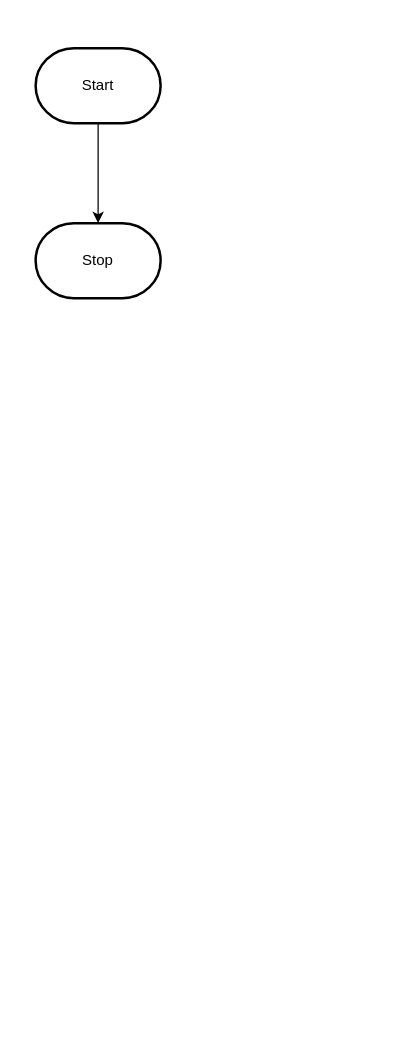
This is design/flowchart.drawio from MTHS-ICS2O-2-2022/ICS2O-Unit-5-01-lamees-hemdan, a draw.io file, before an edit. Source tidied: cells renumbered, new cells numbered last; positions are measured from the earlier drawing's top-left corner, leaving out a move shared by most shapes. Both pictures are drawn from the tidied source at 125%, with x=0, y=0 at pixel (35, 48).
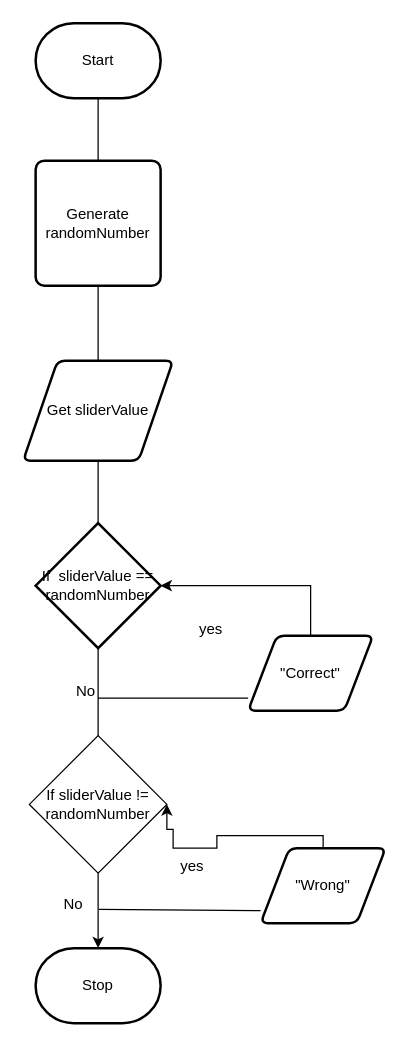
The same diagram, later.

Change to the diagram source:
```diff
@@
-    <mxCell id="2" style="edgeStyle=orthogonalEdgeStyle;html=1;rounded=0;" parent="1" edge="1" source="3" target="4">
+    <mxCell id="2" style="edgeStyle=orthogonalEdgeStyle;html=1;rounded=0;startArrow=none;entryX=0.5;entryY=0;entryDx=0;entryDy=0;entryPerimeter=0;" parent="1" edge="1" source="15" target="4">
       <mxGeometry relative="1" as="geometry" />
     </mxCell>
     <mxCell id="3" value="Start" style="strokeWidth=2;html=1;shape=mxgraph.flowchart.terminator;whiteSpace=wrap;" parent="1" vertex="1">
-      <mxGeometry width="100" height="60" as="geometry" />
+      <mxGeometry y="-20" width="100" height="60" as="geometry" />
     </mxCell>
     <mxCell id="4" value="Stop" style="strokeWidth=2;html=1;shape=mxgraph.flowchart.terminator;whiteSpace=wrap;" parent="1" vertex="1">
-      <mxGeometry y="140" width="100" height="60" as="geometry" />
+      <mxGeometry y="720" width="100" height="60" as="geometry" />
     </mxCell>
+    <mxCell id="5" style="edgeStyle=orthogonalEdgeStyle;html=1;rounded=0;endArrow=none;" parent="1" edge="1" source="3" target="6">
+      <mxGeometry relative="1" as="geometry" />
+    </mxCell>
+    <mxCell id="6" value="Generate randomNumber" style="rounded=1;whiteSpace=wrap;html=1;absoluteArcSize=1;arcSize=14;strokeWidth=2;" parent="1" vertex="1">
+      <mxGeometry y="90" width="100" height="100" as="geometry" />
+    </mxCell>
+    <mxCell id="7" style="edgeStyle=orthogonalEdgeStyle;html=1;rounded=0;startArrow=none;endArrow=none;" parent="1" edge="1" source="6" target="8">
+      <mxGeometry relative="1" as="geometry" />
+    </mxCell>
+    <mxCell id="8" value="Get sliderValue" style="shape=parallelogram;html=1;strokeWidth=2;perimeter=parallelogramPerimeter;whiteSpace=wrap;rounded=1;arcSize=12;size=0.23;" parent="1" vertex="1">
+      <mxGeometry x="-10" y="250" width="120" height="80" as="geometry" />
+    </mxCell>
+    <mxCell id="9" value="&quot;Correct&quot;" style="shape=parallelogram;html=1;strokeWidth=2;perimeter=parallelogramPerimeter;whiteSpace=wrap;rounded=1;arcSize=12;size=0.23;" parent="1" vertex="1">
+      <mxGeometry x="170" y="470" width="100" height="60" as="geometry" />
+    </mxCell>
+    <mxCell id="10" style="edgeStyle=orthogonalEdgeStyle;rounded=0;html=1;exitX=0.5;exitY=0;exitDx=0;exitDy=0;" parent="1" edge="1" source="9" target="17">
+      <mxGeometry relative="1" as="geometry" />
+    </mxCell>
+    <mxCell id="11" value="yes" style="text;html=1;align=center;verticalAlign=middle;strokeColor=none;fillColor=none;" parent="1" vertex="1">
+      <mxGeometry x="120" y="450" width="40" height="30" as="geometry" />
+    </mxCell>
+    <mxCell id="12" style="endArrow=none;html=1;" parent="1" edge="1">
+      <mxGeometry relative="1" as="geometry">
+        <mxPoint x="50" y="520" as="sourcePoint" />
+        <mxPoint x="170" y="520" as="targetPoint" />
+      </mxGeometry>
+    </mxCell>
+    <mxCell id="13" value="No" style="text;html=1;align=center;verticalAlign=middle;strokeColor=none;fillColor=none;" parent="1" vertex="1">
+      <mxGeometry x="20" y="500" width="40" height="30" as="geometry" />
+    </mxCell>
+    <mxCell id="14" style="edgeStyle=orthogonalEdgeStyle;html=1;rounded=0;startArrow=none;entryX=0.5;entryY=0;entryDx=0;entryDy=0;entryPerimeter=0;endArrow=none;" parent="1" edge="1" source="17" target="15">
+      <mxGeometry relative="1" as="geometry" />
+    </mxCell>
+    <mxCell id="15" value="If sliderValue != randomNumber" style="rhombus;whiteSpace=wrap;html=1;" parent="1" vertex="1">
+      <mxGeometry x="-5" y="550" width="110" height="110" as="geometry" />
+    </mxCell>
+    <mxCell id="16" style="edgeStyle=orthogonalEdgeStyle;html=1;rounded=0;startArrow=none;entryX=0.5;entryY=0;entryDx=0;entryDy=0;entryPerimeter=0;endArrow=none;" parent="1" edge="1" source="8" target="17">
+      <mxGeometry relative="1" as="geometry" />
+    </mxCell>
+    <mxCell id="17" value="If&amp;nbsp; sliderValue == randomNumber" style="strokeWidth=2;html=1;shape=mxgraph.flowchart.decision;whiteSpace=wrap;" parent="1" vertex="1">
+      <mxGeometry y="380" width="100" height="100" as="geometry" />
+    </mxCell>
+    <mxCell id="18" style="edgeStyle=orthogonalEdgeStyle;rounded=0;html=1;exitX=0.5;exitY=0;exitDx=0;exitDy=0;entryX=1;entryY=0.5;entryDx=0;entryDy=0;" parent="1" edge="1" source="19" target="15">
+      <mxGeometry relative="1" as="geometry">
+        <Array as="points">
+          <mxPoint x="230" y="630" />
+          <mxPoint x="145" y="630" />
+          <mxPoint x="145" y="640" />
+          <mxPoint x="110" y="640" />
+          <mxPoint x="110" y="625" />
+        </Array>
+      </mxGeometry>
+    </mxCell>
+    <mxCell id="19" value="&quot;Wrong&quot;" style="shape=parallelogram;html=1;strokeWidth=2;perimeter=parallelogramPerimeter;whiteSpace=wrap;rounded=1;arcSize=12;size=0.23;" parent="1" vertex="1">
+      <mxGeometry x="180" y="640" width="100" height="60" as="geometry" />
+    </mxCell>
+    <mxCell id="20" style="endArrow=none;html=1;exitX=1.017;exitY=0.633;exitDx=0;exitDy=0;exitPerimeter=0;" parent="1" edge="1" source="21">
+      <mxGeometry relative="1" as="geometry">
+        <mxPoint x="180" y="690" as="targetPoint" />
+      </mxGeometry>
+    </mxCell>
+    <mxCell id="21" value="No" style="text;html=1;align=center;verticalAlign=middle;points=[];strokeColor=none;fillColor=none;" parent="1" vertex="1">
+      <mxGeometry x="10" y="670" width="40" height="30" as="geometry" />
+    </mxCell>
+    <mxCell id="22" value="yes" style="text;html=1;align=center;verticalAlign=middle;strokeColor=none;fillColor=none;" parent="1" vertex="1">
+      <mxGeometry x="105" y="640" width="40" height="30" as="geometry" />
+    </mxCell>
```
